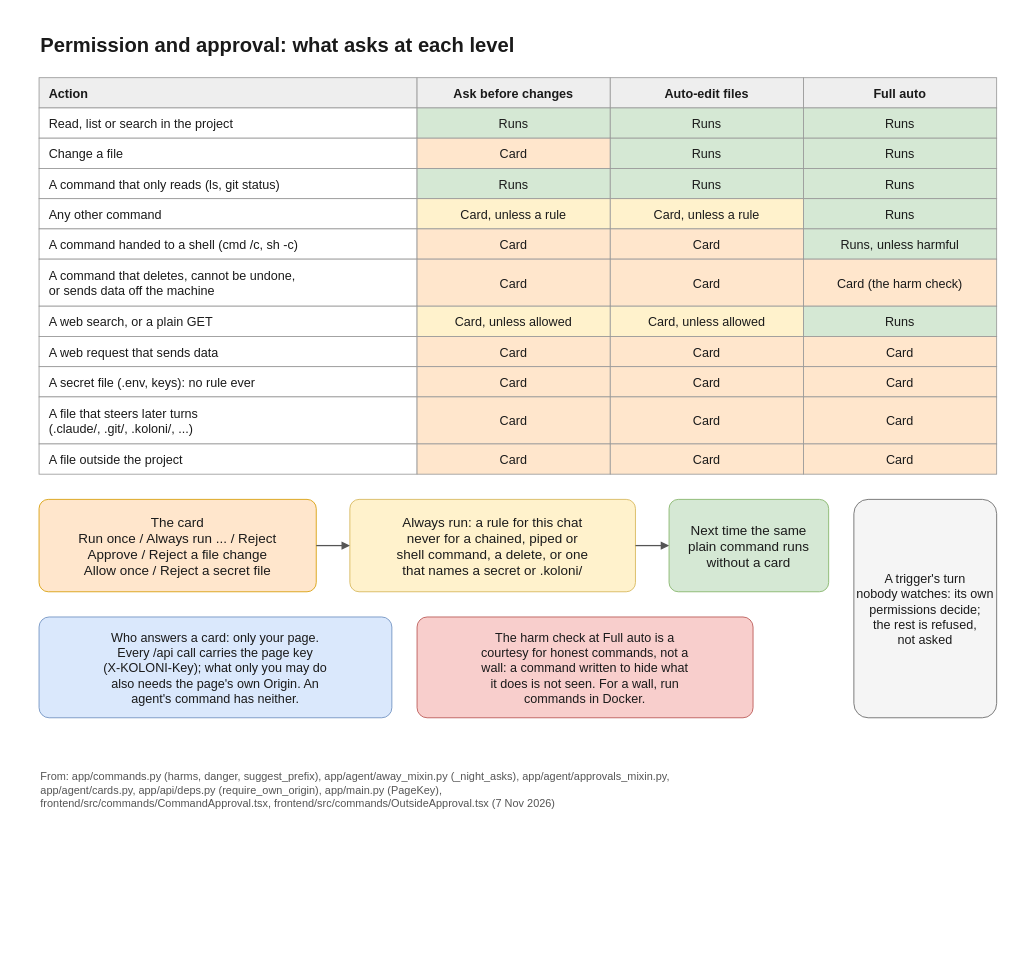
Earlier version of the draw.io diagram docs/diagrams/permissions.drawio (flyingriverhorse/Koloni). Source tidied: cells renumbered, new cells numbered last; positions are measured from the earlier drawing's top-left corner, leaving out a move shared by most shapes. Both pictures are drawn from the tidied source at 84%, with x=0, y=0 at pixel (13, 13).
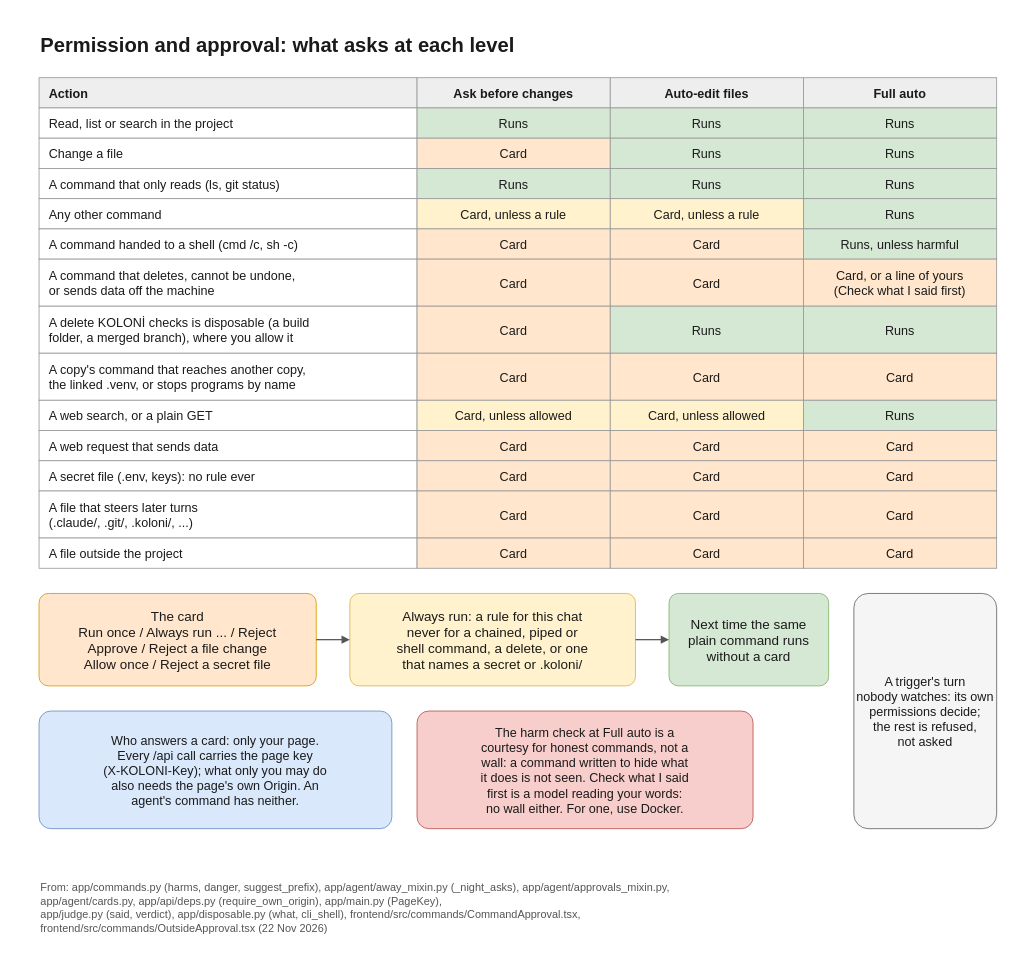
The same diagram, later.

Commit message (it also covers changes not shown here):
docs(diagrams): permissions, working copy, CLI modes and Away redrawn for 0.1.5

Diff of the diagram source:
```diff
@@
     <mxCell id="2" style="rounded=0;fillColor=#ffffff;strokeColor=none;" parent="1" vertex="1">
-      <mxGeometry width="1200" height="960" as="geometry" />
+      <mxGeometry width="1200" height="1104" as="geometry" />
     </mxCell>
@@
-    <mxCell id="31" value="Card (the harm check)" style="rounded=0;fontFamily=Helvetica;fontColor=#1a1a1a;fontSize=15;strokeColor=#999999;fillColor=#ffe6cc;" parent="1" vertex="1">
+    <mxCell id="31" value="Card, or a line of yours&#10;(Check what I said first)" style="rounded=0;fontFamily=Helvetica;fontColor=#1a1a1a;fontSize=15;strokeColor=#999999;fillColor=#ffe6cc;" parent="1" vertex="1">
       <mxGeometry x="940" y="292" width="230" height="56" as="geometry" />
     </mxCell>
+    <mxCell id="61" value="A delete KOLONİ checks is disposable (a build&#10;folder, a merged branch), where you allow it" style="rounded=0;fontFamily=Helvetica;fontColor=#1a1a1a;fontSize=15;strokeColor=#999999;fillColor=#ffffff;align=left;spacingLeft=10;" parent="1" vertex="1">
+      <mxGeometry x="30" y="348" width="450" height="56" as="geometry" />
+    </mxCell>
+    <mxCell id="62" value="Card" style="rounded=0;fontFamily=Helvetica;fontColor=#1a1a1a;fontSize=15;strokeColor=#999999;fillColor=#ffe6cc;" parent="1" vertex="1">
+      <mxGeometry x="480" y="348" width="230" height="56" as="geometry" />
+    </mxCell>
+    <mxCell id="63" value="Runs" style="rounded=0;fontFamily=Helvetica;fontColor=#1a1a1a;fontSize=15;strokeColor=#999999;fillColor=#d5e8d4;" parent="1" vertex="1">
+      <mxGeometry x="710" y="348" width="230" height="56" as="geometry" />
+    </mxCell>
+    <mxCell id="64" value="Runs" style="rounded=0;fontFamily=Helvetica;fontColor=#1a1a1a;fontSize=15;strokeColor=#999999;fillColor=#d5e8d4;" parent="1" vertex="1">
+      <mxGeometry x="940" y="348" width="230" height="56" as="geometry" />
+    </mxCell>
+    <mxCell id="65" value="A copy's command that reaches another copy,&#10;the linked .venv, or stops programs by name" style="rounded=0;fontFamily=Helvetica;fontColor=#1a1a1a;fontSize=15;strokeColor=#999999;fillColor=#ffffff;align=left;spacingLeft=10;" parent="1" vertex="1">
+      <mxGeometry x="30" y="404" width="450" height="56" as="geometry" />
+    </mxCell>
+    <mxCell id="66" value="Card" style="rounded=0;fontFamily=Helvetica;fontColor=#1a1a1a;fontSize=15;strokeColor=#999999;fillColor=#ffe6cc;" parent="1" vertex="1">
+      <mxGeometry x="480" y="404" width="230" height="56" as="geometry" />
+    </mxCell>
+    <mxCell id="67" value="Card" style="rounded=0;fontFamily=Helvetica;fontColor=#1a1a1a;fontSize=15;strokeColor=#999999;fillColor=#ffe6cc;" parent="1" vertex="1">
+      <mxGeometry x="710" y="404" width="230" height="56" as="geometry" />
+    </mxCell>
+    <mxCell id="68" value="Card" style="rounded=0;fontFamily=Helvetica;fontColor=#1a1a1a;fontSize=15;strokeColor=#999999;fillColor=#ffe6cc;" parent="1" vertex="1">
+      <mxGeometry x="940" y="404" width="230" height="56" as="geometry" />
+    </mxCell>
     <mxCell id="32" value="A web search, or a plain GET" style="rounded=0;fontFamily=Helvetica;fontColor=#1a1a1a;fontSize=15;strokeColor=#999999;fillColor=#ffffff;align=left;spacingLeft=10;" parent="1" vertex="1">
-      <mxGeometry x="30" y="348" width="450" height="36" as="geometry" />
+      <mxGeometry x="30" y="460" width="450" height="36" as="geometry" />
     </mxCell>
     <mxCell id="33" value="Card, unless allowed" style="rounded=0;fontFamily=Helvetica;fontColor=#1a1a1a;fontSize=15;strokeColor=#999999;fillColor=#fff2cc;" parent="1" vertex="1">
-      <mxGeometry x="480" y="348" width="230" height="36" as="geometry" />
+      <mxGeometry x="480" y="460" width="230" height="36" as="geometry" />
     </mxCell>
     <mxCell id="34" value="Card, unless allowed" style="rounded=0;fontFamily=Helvetica;fontColor=#1a1a1a;fontSize=15;strokeColor=#999999;fillColor=#fff2cc;" parent="1" vertex="1">
-      <mxGeometry x="710" y="348" width="230" height="36" as="geometry" />
+      <mxGeometry x="710" y="460" width="230" height="36" as="geometry" />
     </mxCell>
     <mxCell id="35" value="Runs" style="rounded=0;fontFamily=Helvetica;fontColor=#1a1a1a;fontSize=15;strokeColor=#999999;fillColor=#d5e8d4;" parent="1" vertex="1">
-      <mxGeometry x="940" y="348" width="230" height="36" as="geometry" />
+      <mxGeometry x="940" y="460" width="230" height="36" as="geometry" />
     </mxCell>
     <mxCell id="36" value="A web request that sends data" style="rounded=0;fontFamily=Helvetica;fontColor=#1a1a1a;fontSize=15;strokeColor=#999999;fillColor=#ffffff;align=left;spacingLeft=10;" parent="1" vertex="1">
-      <mxGeometry x="30" y="384" width="450" height="36" as="geometry" />
+      <mxGeometry x="30" y="496" width="450" height="36" as="geometry" />
     </mxCell>
     <mxCell id="37" value="Card" style="rounded=0;fontFamily=Helvetica;fontColor=#1a1a1a;fontSize=15;strokeColor=#999999;fillColor=#ffe6cc;" parent="1" vertex="1">
-      <mxGeometry x="480" y="384" width="230" height="36" as="geometry" />
+      <mxGeometry x="480" y="496" width="230" height="36" as="geometry" />
     </mxCell>
     <mxCell id="38" value="Card" style="rounded=0;fontFamily=Helvetica;fontColor=#1a1a1a;fontSize=15;strokeColor=#999999;fillColor=#ffe6cc;" parent="1" vertex="1">
-      <mxGeometry x="710" y="384" width="230" height="36" as="geometry" />
+      <mxGeometry x="710" y="496" width="230" height="36" as="geometry" />
     </mxCell>
     <mxCell id="39" value="Card" style="rounded=0;fontFamily=Helvetica;fontColor=#1a1a1a;fontSize=15;strokeColor=#999999;fillColor=#ffe6cc;" parent="1" vertex="1">
-      <mxGeometry x="940" y="384" width="230" height="36" as="geometry" />
+      <mxGeometry x="940" y="496" width="230" height="36" as="geometry" />
     </mxCell>
     <mxCell id="40" value="A secret file (.env, keys): no rule ever" style="rounded=0;fontFamily=Helvetica;fontColor=#1a1a1a;fontSize=15;strokeColor=#999999;fillColor=#ffffff;align=left;spacingLeft=10;" parent="1" vertex="1">
-      <mxGeometry x="30" y="420" width="450" height="36" as="geometry" />
+      <mxGeometry x="30" y="532" width="450" height="36" as="geometry" />
     </mxCell>
     <mxCell id="41" value="Card" style="rounded=0;fontFamily=Helvetica;fontColor=#1a1a1a;fontSize=15;strokeColor=#999999;fillColor=#ffe6cc;" parent="1" vertex="1">
-      <mxGeometry x="480" y="420" width="230" height="36" as="geometry" />
+      <mxGeometry x="480" y="532" width="230" height="36" as="geometry" />
     </mxCell>
     <mxCell id="42" value="Card" style="rounded=0;fontFamily=Helvetica;fontColor=#1a1a1a;fontSize=15;strokeColor=#999999;fillColor=#ffe6cc;" parent="1" vertex="1">
-      <mxGeometry x="710" y="420" width="230" height="36" as="geometry" />
+      <mxGeometry x="710" y="532" width="230" height="36" as="geometry" />
     </mxCell>
     <mxCell id="43" value="Card" style="rounded=0;fontFamily=Helvetica;fontColor=#1a1a1a;fontSize=15;strokeColor=#999999;fillColor=#ffe6cc;" parent="1" vertex="1">
-      <mxGeometry x="940" y="420" width="230" height="36" as="geometry" />
+      <mxGeometry x="940" y="532" width="230" height="36" as="geometry" />
     </mxCell>
     <mxCell id="44" value="A file that steers later turns&#10;(.claude/, .git/, .koloni/, ...)" style="rounded=0;fontFamily=Helvetica;fontColor=#1a1a1a;fontSize=15;strokeColor=#999999;fillColor=#ffffff;align=left;spacingLeft=10;" parent="1" vertex="1">
-      <mxGeometry x="30" y="456" width="450" height="56" as="geometry" />
+      <mxGeometry x="30" y="568" width="450" height="56" as="geometry" />
     </mxCell>
     <mxCell id="45" value="Card" style="rounded=0;fontFamily=Helvetica;fontColor=#1a1a1a;fontSize=15;strokeColor=#999999;fillColor=#ffe6cc;" parent="1" vertex="1">
-      <mxGeometry x="480" y="456" width="230" height="56" as="geometry" />
+      <mxGeometry x="480" y="568" width="230" height="56" as="geometry" />
     </mxCell>
     <mxCell id="46" value="Card" style="rounded=0;fontFamily=Helvetica;fontColor=#1a1a1a;fontSize=15;strokeColor=#999999;fillColor=#ffe6cc;" parent="1" vertex="1">
-      <mxGeometry x="710" y="456" width="230" height="56" as="geometry" />
+      <mxGeometry x="710" y="568" width="230" height="56" as="geometry" />
     </mxCell>
     <mxCell id="47" value="Card" style="rounded=0;fontFamily=Helvetica;fontColor=#1a1a1a;fontSize=15;strokeColor=#999999;fillColor=#ffe6cc;" parent="1" vertex="1">
-      <mxGeometry x="940" y="456" width="230" height="56" as="geometry" />
+      <mxGeometry x="940" y="568" width="230" height="56" as="geometry" />
     </mxCell>
     <mxCell id="48" value="A file outside the project" style="rounded=0;fontFamily=Helvetica;fontColor=#1a1a1a;fontSize=15;strokeColor=#999999;fillColor=#ffffff;align=left;spacingLeft=10;" parent="1" vertex="1">
-      <mxGeometry x="30" y="512" width="450" height="36" as="geometry" />
+      <mxGeometry x="30" y="624" width="450" height="36" as="geometry" />
     </mxCell>
     <mxCell id="49" value="Card" style="rounded=0;fontFamily=Helvetica;fontColor=#1a1a1a;fontSize=15;strokeColor=#999999;fillColor=#ffe6cc;" parent="1" vertex="1">
-      <mxGeometry x="480" y="512" width="230" height="36" as="geometry" />
+      <mxGeometry x="480" y="624" width="230" height="36" as="geometry" />
     </mxCell>
     <mxCell id="50" value="Card" style="rounded=0;fontFamily=Helvetica;fontColor=#1a1a1a;fontSize=15;strokeColor=#999999;fillColor=#ffe6cc;" parent="1" vertex="1">
-      <mxGeometry x="710" y="512" width="230" height="36" as="geometry" />
+      <mxGeometry x="710" y="624" width="230" height="36" as="geometry" />
     </mxCell>
     <mxCell id="51" value="Card" style="rounded=0;fontFamily=Helvetica;fontColor=#1a1a1a;fontSize=15;strokeColor=#999999;fillColor=#ffe6cc;" parent="1" vertex="1">
-      <mxGeometry x="940" y="512" width="230" height="36" as="geometry" />
+      <mxGeometry x="940" y="624" width="230" height="36" as="geometry" />
     </mxCell>
     <mxCell id="52" value="The card&#10;Run once / Always run ... / Reject&#10;Approve / Reject a file change&#10;Allow once / Reject a secret file" style="rounded=1;arcSize=10;fillColor=#ffe6cc;strokeColor=#d79b00;fontFamily=Helvetica;fontColor=#1a1a1a;fontSize=16;spacing=6;" parent="1" vertex="1">
-      <mxGeometry x="30" y="578" width="330" height="110" as="geometry" />
+      <mxGeometry x="30" y="690" width="330" height="110" as="geometry" />
     </mxCell>
     <mxCell id="53" value="Always run: a rule for this chat&#10;never for a chained, piped or&#10;shell command, a delete, or one&#10;that names a secret or .koloni/" style="rounded=1;arcSize=10;fillColor=#fff2cc;strokeColor=#d6b656;fontFamily=Helvetica;fontColor=#1a1a1a;fontSize=16;spacing=6;" parent="1" vertex="1">
-      <mxGeometry x="400" y="578" width="340" height="110" as="geometry" />
+      <mxGeometry x="400" y="690" width="340" height="110" as="geometry" />
     </mxCell>
     <mxCell id="54" value="Next time the same&#10;plain command runs&#10;without a card" style="rounded=1;arcSize=10;fillColor=#d5e8d4;strokeColor=#82b366;fontFamily=Helvetica;fontColor=#1a1a1a;fontSize=16;spacing=6;" parent="1" vertex="1">
-      <mxGeometry x="780" y="578" width="190" height="110" as="geometry" />
+      <mxGeometry x="780" y="690" width="190" height="110" as="geometry" />
     </mxCell>
@@
     <mxCell id="57" value="Who answers a card: only your page.&#10;Every /api call carries the page key&#10;(X-KOLONI-Key); what only you may do&#10;also needs the page's own Origin. An&#10;agent's command has neither." style="rounded=1;arcSize=10;fillColor=#dae8fc;strokeColor=#6c8ebf;fontFamily=Helvetica;fontColor=#1a1a1a;fontSize=15;spacing=6;" parent="1" vertex="1">
-      <mxGeometry x="30" y="718" width="420" height="120" as="geometry" />
+      <mxGeometry x="30" y="830" width="420" height="140" as="geometry" />
     </mxCell>
-    <mxCell id="58" value="The harm check at Full auto is a&#10;courtesy for honest commands, not a&#10;wall: a command written to hide what&#10;it does is not seen. For a wall, run&#10;commands in Docker." style="rounded=1;arcSize=10;fillColor=#f8cecc;strokeColor=#b85450;fontFamily=Helvetica;fontColor=#1a1a1a;fontSize=15;spacing=6;" parent="1" vertex="1">
-      <mxGeometry x="480" y="718" width="400" height="120" as="geometry" />
+    <mxCell id="58" value="The harm check at Full auto is a&#10;courtesy for honest commands, not a&#10;wall: a command written to hide what&#10;it does is not seen. Check what I said&#10;first is a model reading your words:&#10;no wall either. For one, use Docker." style="rounded=1;arcSize=10;fillColor=#f8cecc;strokeColor=#b85450;fontFamily=Helvetica;fontColor=#1a1a1a;fontSize=15;spacing=6;" parent="1" vertex="1">
+      <mxGeometry x="480" y="830" width="400" height="140" as="geometry" />
     </mxCell>
     <mxCell id="59" value="A trigger's turn&#10;nobody watches: its own&#10;permissions decide;&#10;the rest is refused,&#10;not asked" style="rounded=1;arcSize=10;fillColor=#f5f5f5;strokeColor=#666666;fontFamily=Helvetica;fontColor=#1a1a1a;fontSize=15;spacing=6;" parent="1" vertex="1">
-      <mxGeometry x="1000" y="578" width="170" height="260" as="geometry" />
+      <mxGeometry x="1000" y="690" width="170" height="280" as="geometry" />
     </mxCell>
-    <mxCell id="60" value="From: app/commands.py (harms, danger, suggest_prefix), app/agent/away_mixin.py (_night_asks), app/agent/approvals_mixin.py,&#10;app/agent/cards.py, app/api/deps.py (require_own_origin), app/main.py (PageKey),&#10;frontend/src/commands/CommandApproval.tsx, frontend/src/commands/OutsideApproval.tsx (7 Nov 2026)" style="text;strokeColor=none;fillColor=none;fontFamily=Helvetica;fontColor=#555555;fontSize=13;align=left;verticalAlign=top;" parent="1" vertex="1">
-      <mxGeometry x="30" y="894" width="1140" height="60" as="geometry" />
+    <mxCell id="60" value="From: app/commands.py (harms, danger, suggest_prefix), app/agent/away_mixin.py (_night_asks), app/agent/approvals_mixin.py,&#10;app/agent/cards.py, app/api/deps.py (require_own_origin), app/main.py (PageKey),&#10;app/judge.py (said, verdict), app/disposable.py (what, cli_shell), frontend/src/commands/CommandApproval.tsx,&#10;frontend/src/commands/OutsideApproval.tsx (22 Nov 2026)" style="text;strokeColor=none;fillColor=none;fontFamily=Helvetica;fontColor=#555555;fontSize=13;align=left;verticalAlign=top;" parent="1" vertex="1">
+      <mxGeometry x="30" y="1026" width="1140" height="70" as="geometry" />
     </mxCell>
```
